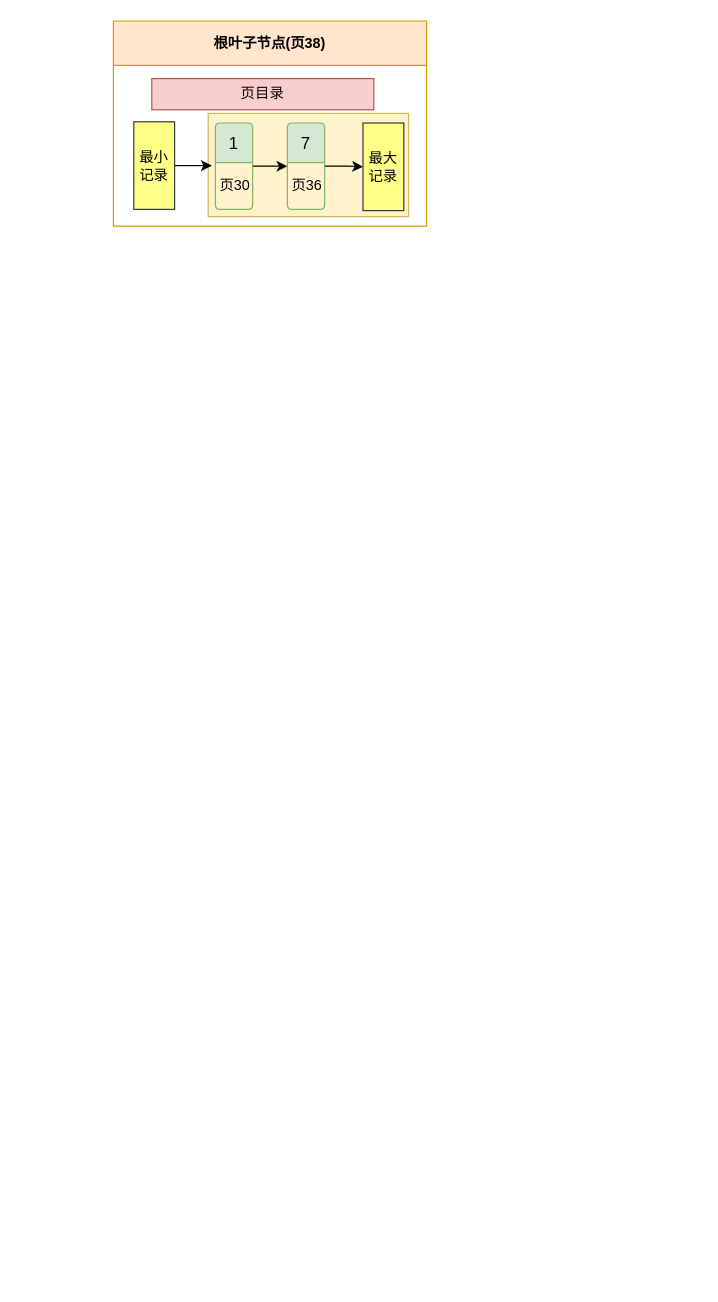
Earlier version of the draw.io diagram mysql.drawio (mianbaosao/drawio). Source tidied: cells renumbered, new cells numbered last; positions are measured from the earlier drawing's top-left corner, leaving out a move shared by most shapes. Both pictures are drawn from the tidied source at 120%, with x=0, y=0 at pixel (113, 20).
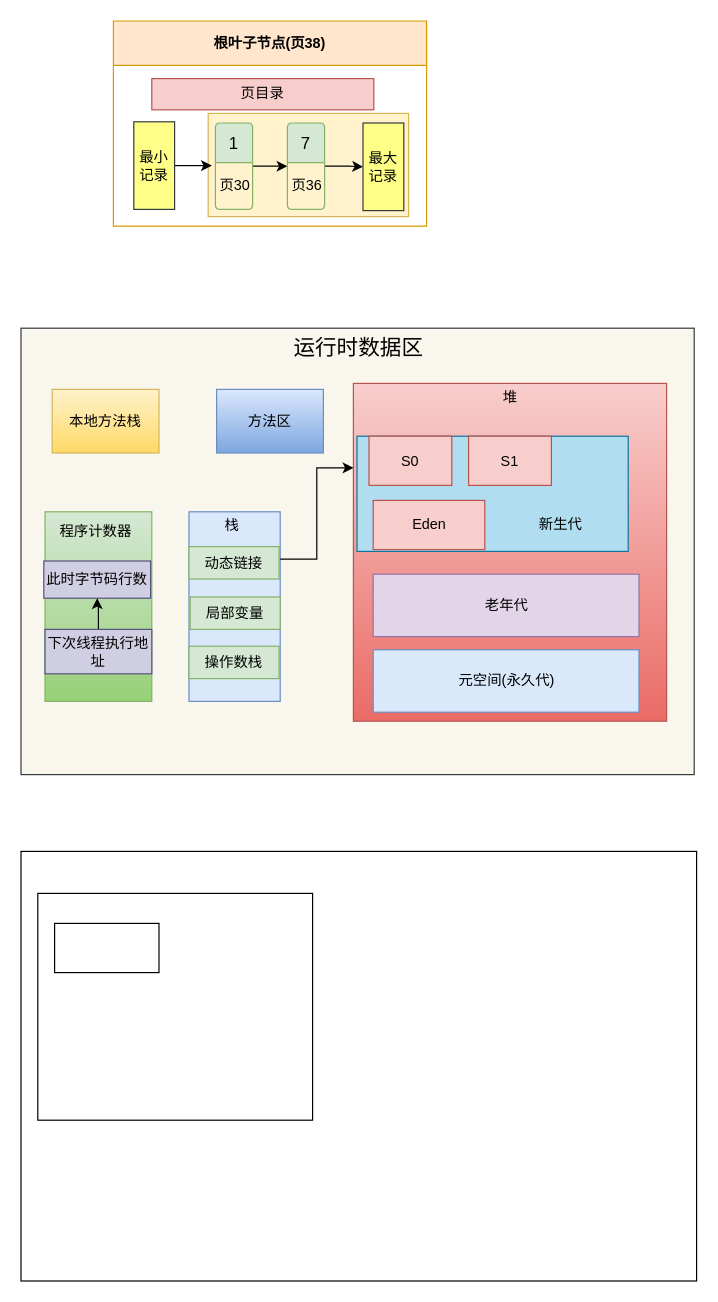
After the change.

Change to the diagram source:
```diff
@@
+    <mxCell id="14" style="rounded=0;whiteSpace=wrap;html=1;fillColor=#f9f7ed;strokeColor=#36393d;" parent="1" vertex="1">
+      <mxGeometry x="-77" y="256" width="561" height="372" as="geometry" />
+    </mxCell>
+    <mxCell id="15" style="rounded=0;whiteSpace=wrap;html=1;fillColor=#f8cecc;strokeColor=#b85450;gradientColor=#ea6b66;" parent="1" vertex="1">
+      <mxGeometry x="200" y="302" width="261" height="281.5" as="geometry" />
+    </mxCell>
+    <mxCell id="16" style="rounded=0;whiteSpace=wrap;html=1;fillColor=#b1ddf0;strokeColor=#10739e;" parent="1" vertex="1">
+      <mxGeometry x="203" y="346" width="226" height="96" as="geometry" />
+    </mxCell>
@@
+    <mxCell id="17" value="本地方法栈" style="rounded=0;whiteSpace=wrap;html=1;fillColor=#fff2cc;strokeColor=#d6b656;gradientColor=#ffd966;" parent="1" vertex="1">
+      <mxGeometry x="-51" y="307" width="89" height="53" as="geometry" />
+    </mxCell>
+    <mxCell id="18" value="方法区" style="rounded=0;whiteSpace=wrap;html=1;fillColor=#dae8fc;strokeColor=#6c8ebf;gradientColor=#7ea6e0;" parent="1" vertex="1">
+      <mxGeometry x="86" y="307" width="89" height="53" as="geometry" />
+    </mxCell>
+    <mxCell id="19" style="rounded=0;whiteSpace=wrap;html=1;fillColor=#d5e8d4;strokeColor=#82b366;gradientColor=#97d077;" parent="1" vertex="1">
+      <mxGeometry x="-57" y="409" width="89" height="158" as="geometry" />
+    </mxCell>
+    <mxCell id="20" value="堆" style="text;html=1;align=center;verticalAlign=middle;whiteSpace=wrap;rounded=0;" parent="1" vertex="1">
+      <mxGeometry x="309.5" y="302" width="42" height="24" as="geometry" />
+    </mxCell>
+    <mxCell id="21" value="S0" style="rounded=0;whiteSpace=wrap;html=1;fillColor=#f8cecc;strokeColor=#b85450;" parent="1" vertex="1">
+      <mxGeometry x="213" y="346" width="69" height="41" as="geometry" />
+    </mxCell>
+    <mxCell id="22" value="S1" style="rounded=0;whiteSpace=wrap;html=1;fillColor=#f8cecc;strokeColor=#b85450;" parent="1" vertex="1">
+      <mxGeometry x="296" y="346" width="69" height="41" as="geometry" />
+    </mxCell>
+    <mxCell id="23" value="Eden" style="rounded=0;whiteSpace=wrap;html=1;fillColor=#f8cecc;strokeColor=#b85450;" parent="1" vertex="1">
+      <mxGeometry x="216.5" y="399.5" width="93" height="41" as="geometry" />
+    </mxCell>
+    <mxCell id="24" value="老年代" style="rounded=0;whiteSpace=wrap;html=1;fillColor=#e1d5e7;strokeColor=#9673a6;" parent="1" vertex="1">
+      <mxGeometry x="216.5" y="461" width="221.5" height="52" as="geometry" />
+    </mxCell>
+    <mxCell id="25" value="元空间(永久代)" style="rounded=0;whiteSpace=wrap;html=1;fillColor=#dae8fc;strokeColor=#6c8ebf;" parent="1" vertex="1">
+      <mxGeometry x="216.5" y="524" width="221.5" height="52" as="geometry" />
+    </mxCell>
+    <mxCell id="26" value="运行时数据区" style="text;html=1;align=center;verticalAlign=middle;whiteSpace=wrap;rounded=0;fontSize=18;" parent="1" vertex="1">
+      <mxGeometry x="137" y="258" width="135" height="30" as="geometry" />
+    </mxCell>
+    <mxCell id="27" style="group;" parent="1" vertex="1">
+      <mxGeometry x="63" y="409" width="76" height="158" as="geometry" />
+    </mxCell>
+    <mxCell id="28" style="rounded=0;whiteSpace=wrap;html=1;fillColor=#dae8fc;strokeColor=#6c8ebf;" parent="27" vertex="1">
+      <mxGeometry width="76" height="158" as="geometry" />
+    </mxCell>
+    <mxCell id="29" value="栈" style="text;html=1;align=center;verticalAlign=middle;whiteSpace=wrap;rounded=0;" parent="27" vertex="1">
+      <mxGeometry x="14.5" width="42" height="24" as="geometry" />
+    </mxCell>
+    <mxCell id="30" value="动态链接" style="rounded=0;whiteSpace=wrap;html=1;fillColor=#d5e8d4;strokeColor=#82b366;" parent="27" vertex="1">
+      <mxGeometry y="29" width="75" height="27" as="geometry" />
+    </mxCell>
+    <mxCell id="31" value="局部变量" style="rounded=0;whiteSpace=wrap;html=1;fillColor=#d5e8d4;strokeColor=#82b366;" parent="27" vertex="1">
+      <mxGeometry x="1" y="71" width="75" height="27" as="geometry" />
+    </mxCell>
+    <mxCell id="32" value="操作数栈" style="rounded=0;whiteSpace=wrap;html=1;fillColor=#d5e8d4;strokeColor=#82b366;" parent="27" vertex="1">
+      <mxGeometry y="112" width="75" height="27" as="geometry" />
+    </mxCell>
+    <mxCell id="33" style="edgeStyle=orthogonalEdgeStyle;rounded=0;jettySize=auto;html=1;exitX=1;exitY=0.25;exitDx=0;exitDy=0;entryX=0;entryY=0.25;entryDx=0;entryDy=0;" parent="1" edge="1" source="28" target="15">
+      <mxGeometry relative="1" as="geometry" />
+    </mxCell>
+    <mxCell id="34" value="新生代" style="text;html=1;align=center;verticalAlign=middle;whiteSpace=wrap;rounded=0;" parent="1" vertex="1">
+      <mxGeometry x="343" y="405" width="60" height="30" as="geometry" />
+    </mxCell>
+    <mxCell id="35" value="程序计数器" style="text;html=1;align=center;verticalAlign=middle;whiteSpace=wrap;rounded=0;" parent="1" vertex="1">
+      <mxGeometry x="-51" y="410.5" width="73" height="30" as="geometry" />
+    </mxCell>
+    <mxCell id="36" value="此时字节码行数" style="rounded=0;whiteSpace=wrap;html=1;fillColor=#d0cee2;strokeColor=#56517e;" parent="1" vertex="1">
+      <mxGeometry x="-58" y="450" width="89" height="31" as="geometry" />
+    </mxCell>
+    <mxCell id="37" style="edgeStyle=orthogonalEdgeStyle;rounded=0;jettySize=auto;html=1;" parent="1" edge="1" source="38" target="36">
+      <mxGeometry relative="1" as="geometry" />
+    </mxCell>
+    <mxCell id="38" value="下次线程执行地址" style="rounded=0;whiteSpace=wrap;html=1;fillColor=#d0cee2;strokeColor=#56517e;" parent="1" vertex="1">
+      <mxGeometry x="-57" y="507" width="89" height="37" as="geometry" />
+    </mxCell>
+    <mxCell id="39" style="rounded=0;whiteSpace=wrap;html=1;" parent="1" vertex="1">
+      <mxGeometry x="-77" y="692" width="563" height="358" as="geometry" />
+    </mxCell>
+    <mxCell id="40" style="rounded=0;whiteSpace=wrap;html=1;" parent="1" vertex="1">
+      <mxGeometry x="-63" y="727" width="229" height="189" as="geometry" />
+    </mxCell>
+    <mxCell id="41" style="rounded=0;whiteSpace=wrap;html=1;" parent="1" vertex="1">
+      <mxGeometry x="-49" y="752" width="87" height="41" as="geometry" />
+    </mxCell>
```
